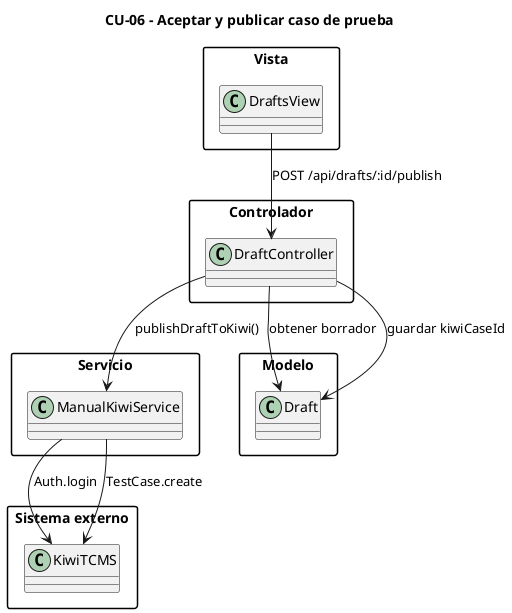
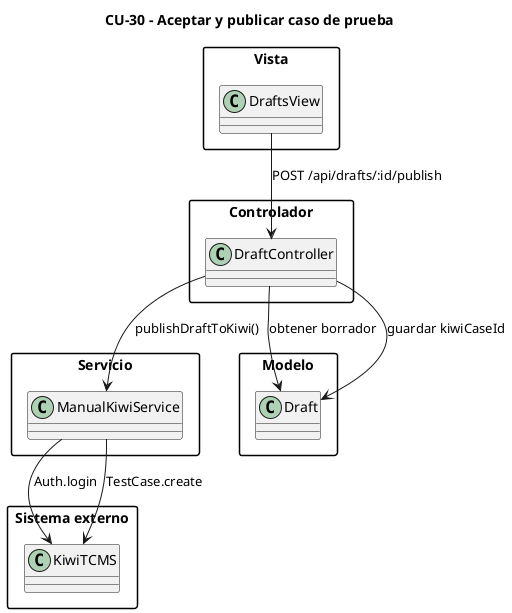
@startuml
skinparam packageStyle rectangle
skinparam shadowing false
skinparam classAttributeIconSize 0

- title CU-06 - Aceptar y publicar caso de prueba
+ title CU-30 - Aceptar y publicar caso de prueba

package "Vista" {
  class DraftsView
}

package "Controlador" {
  class DraftController
}

package "Servicio" {
  class ManualKiwiService
}

package "Modelo" {
  class Draft
}

package "Sistema externo" {
  class KiwiTCMS
}

DraftsView --> DraftController : POST /api/drafts/:id/publish
DraftController --> Draft : obtener borrador
DraftController --> ManualKiwiService : publishDraftToKiwi()
ManualKiwiService --> KiwiTCMS : Auth.login
ManualKiwiService --> KiwiTCMS : TestCase.create
DraftController --> Draft : guardar kiwiCaseId

@enduml
